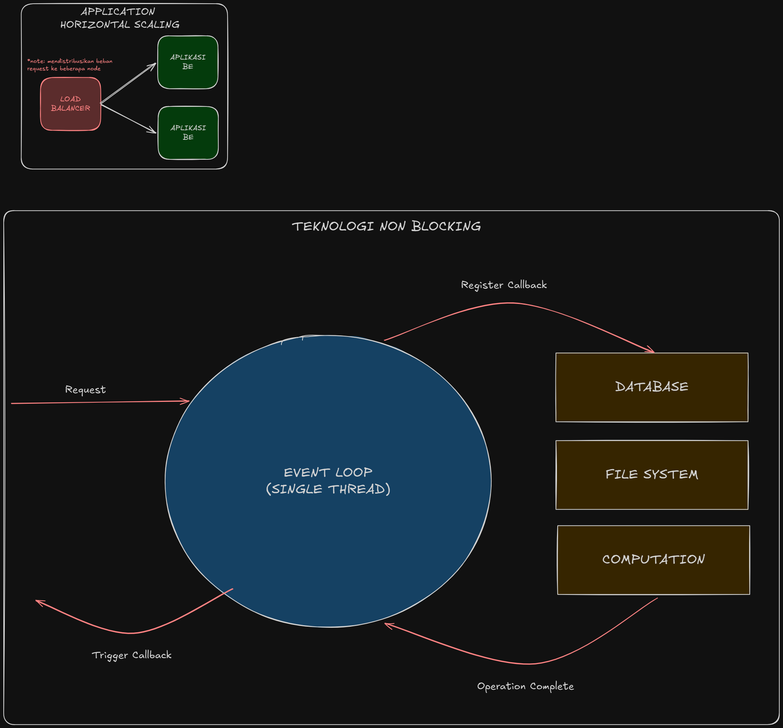
RIOKOWI/software-architecture keeps this Excalidraw diagram as software-architecture/application-scaling.excalidraw.png. Above is the earlier version. Source tidied: one line per element, renumbered; positions are measured from the earlier drawing's top-left corner, leaving out a move shared by most shapes.
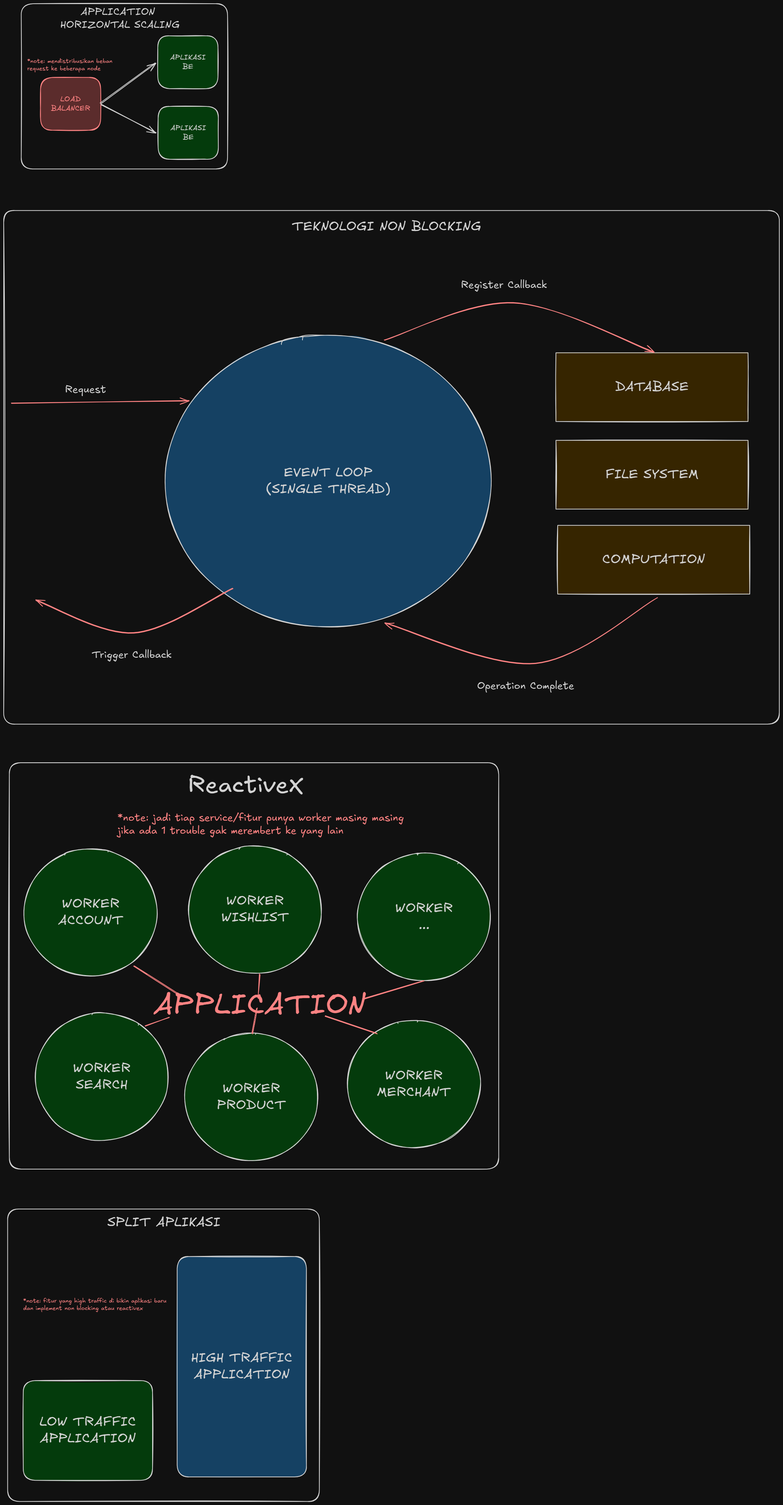
The same diagram one commit later.

Commit message:
docs(app scale): how to scale app use reactivex, split app, db scale, use another tool, optimize code, aggresive caching, etc.

The edit, as a diff of the source:
```diff
@@ -27,3 +27,32 @@
 {"id": 26, "type": "text", "text": "Trigger Callback", "strokeColor": "#1e1e1e", "backgroundColor": "#ffec99", "fillStyle": "solid", "strokeWidth": 2, "roughness": 1, "fontSize": 28, "fontFamily": 5, "textAlign": "center", "x": 238, "y": 1746, "width": 217, "height": 35}
 {"id": 27, "type": "rectangle", "strokeColor": "#1e1e1e", "strokeWidth": 2, "roughness": 1, "round": true, "x": 0, "y": 560, "width": 2100, "height": 1390}
 {"id": 28, "type": "text", "text": "TEKNOLOGI NON BLOCKING", "strokeColor": "#1e1e1e", "strokeWidth": 2, "roughness": 1, "fontSize": 36, "fontFamily": 5, "textAlign": "center", "x": 780, "y": 581, "width": 513, "height": 45}
+{"id": 29, "type": "ellipse", "strokeColor": "#1e1e1e", "backgroundColor": "#b2f2bb", "fillStyle": "solid", "strokeWidth": 2, "roughness": 1, "round": true, "x": 55, "y": 2287, "width": 360, "height": 345}
+{"id": 30, "type": "text", "text": "WORKER\nACCOUNT", "strokeColor": "#1e1e1e", "backgroundColor": "#b2f2bb", "fillStyle": "solid", "strokeWidth": 2, "roughness": 1, "fontSize": 36, "fontFamily": 5, "textAlign": "center", "verticalAlign": "middle", "inside": 29, "x": 147, "y": 2414, "width": 176, "height": 90}
+{"id": 31, "type": "ellipse", "strokeColor": "#1e1e1e", "backgroundColor": "#b2f2bb", "fillStyle": "solid", "strokeWidth": 2, "roughness": 1, "round": true, "x": 958, "y": 2299, "width": 360, "height": 345}
+{"id": 32, "type": "text", "text": "WORKER\n...", "strokeColor": "#1e1e1e", "backgroundColor": "#b2f2bb", "fillStyle": "solid", "strokeWidth": 2, "roughness": 1, "fontSize": 36, "fontFamily": 5, "textAlign": "center", "verticalAlign": "middle", "inside": 31, "x": 1060, "y": 2427, "width": 156, "height": 90}
+{"id": 33, "type": "ellipse", "strokeColor": "#1e1e1e", "backgroundColor": "#b2f2bb", "fillStyle": "solid", "strokeWidth": 2, "roughness": 1, "round": true, "x": 500, "y": 2279, "width": 360, "height": 345}
+{"id": 34, "type": "text", "text": "WORKER\nWISHLIST", "strokeColor": "#1e1e1e", "backgroundColor": "#b2f2bb", "fillStyle": "solid", "strokeWidth": 2, "roughness": 1, "fontSize": 36, "fontFamily": 5, "textAlign": "center", "verticalAlign": "middle", "inside": 33, "x": 589, "y": 2407, "width": 183, "height": 90}
+{"id": 35, "type": "ellipse", "strokeColor": "#1e1e1e", "backgroundColor": "#b2f2bb", "fillStyle": "solid", "strokeWidth": 2, "roughness": 1, "round": true, "x": 85, "y": 2732, "width": 360, "height": 345}
+{"id": 36, "type": "text", "text": "WORKER\nSEARCH", "strokeColor": "#1e1e1e", "backgroundColor": "#b2f2bb", "fillStyle": "solid", "strokeWidth": 2, "roughness": 1, "fontSize": 36, "fontFamily": 5, "textAlign": "center", "verticalAlign": "middle", "inside": 35, "x": 187, "y": 2859, "width": 156, "height": 90}
+{"id": 37, "type": "ellipse", "strokeColor": "#1e1e1e", "backgroundColor": "#b2f2bb", "fillStyle": "solid", "strokeWidth": 2, "roughness": 1, "round": true, "x": 490, "y": 2787, "width": 360, "height": 345}
+{"id": 38, "type": "text", "text": "WORKER\nPRODUCT", "strokeColor": "#1e1e1e", "backgroundColor": "#b2f2bb", "fillStyle": "solid", "strokeWidth": 2, "roughness": 1, "fontSize": 36, "fontFamily": 5, "textAlign": "center", "verticalAlign": "middle", "inside": 37, "x": 577, "y": 2914, "width": 187, "height": 90}
+{"id": 39, "type": "ellipse", "strokeColor": "#1e1e1e", "backgroundColor": "#b2f2bb", "fillStyle": "solid", "strokeWidth": 2, "roughness": 1, "round": true, "x": 930, "y": 2752, "width": 360, "height": 345}
+{"id": 40, "type": "text", "text": "WORKER\nMERCHANT", "strokeColor": "#1e1e1e", "backgroundColor": "#b2f2bb", "fillStyle": "solid", "strokeWidth": 2, "roughness": 1, "fontSize": 36, "fontFamily": 5, "textAlign": "center", "verticalAlign": "middle", "inside": 39, "x": 1010, "y": 2879, "width": 201, "height": 90}
+{"id": 41, "type": "text", "text": "APPLICATION", "strokeColor": "#e03131", "backgroundColor": "#b2f2bb", "fillStyle": "solid", "strokeWidth": 2, "roughness": 1, "fontSize": 80.0, "fontFamily": 5, "x": 405, "y": 2662, "width": 577, "height": 100}
+{"id": 42, "type": "line", "strokeColor": "#e03131", "backgroundColor": "#b2f2bb", "fillStyle": "solid", "strokeWidth": 2, "roughness": 1, "round": true, "x": 353, "y": 2604, "width": 125, "height": 80, "points": [[0, 0], [125, 80]]}
+{"id": 43, "type": "line", "strokeColor": "#e03131", "backgroundColor": "#b2f2bb", "fillStyle": "solid", "strokeWidth": 2, "roughness": 1, "round": true, "x": 693, "y": 2627, "width": 5, "height": 65, "points": [[0, 0], [-5, 65]]}
+{"id": 44, "type": "line", "strokeColor": "#e03131", "backgroundColor": "#b2f2bb", "fillStyle": "solid", "strokeWidth": 2, "roughness": 1, "round": true, "x": 1138, "y": 2644, "width": 165, "height": 50, "points": [[0, 0], [-165, 50]]}
+{"id": 45, "type": "line", "strokeColor": "#e03131", "backgroundColor": "#b2f2bb", "fillStyle": "solid", "strokeWidth": 2, "roughness": 1, "round": true, "x": 1010, "y": 2787, "width": 140, "height": 48, "points": [[0, 0], [-140, -48]]}
+{"id": 46, "type": "line", "strokeColor": "#e03131", "backgroundColor": "#b2f2bb", "fillStyle": "solid", "strokeWidth": 2, "roughness": 1, "round": true, "x": 673, "y": 2787, "width": 12, "height": 68, "points": [[0, 0], [12, -68]]}
+{"id": 47, "type": "line", "strokeColor": "#e03131", "backgroundColor": "#b2f2bb", "fillStyle": "solid", "strokeWidth": 2, "roughness": 1, "round": true, "x": 383, "y": 2767, "width": 65, "height": 22, "points": [[0, 0], [65, -22]]}
+{"id": 48, "type": "rectangle", "strokeColor": "#1e1e1e", "strokeWidth": 2, "roughness": 1, "round": true, "x": 15, "y": 2054, "width": 1325, "height": 1100}
+{"id": 49, "type": "text", "text": "ReactiveX", "strokeColor": "#1e1e1e", "strokeWidth": 2, "roughness": 1, "fontSize": 64.8, "fontFamily": 5, "x": 498, "y": 2076, "width": 314, "height": 81}
+{"id": 50, "type": "text", "text": "*note: jadi tiap service/fitur punya worker masing masing \njika ada 1 trouble gak merembert ke yang lain", "strokeColor": "#e03131", "strokeWidth": 2, "roughness": 1, "fontSize": 27.99, "fontFamily": 5, "x": 308, "y": 2186, "width": 787, "height": 70}
+{"id": 51, "type": "rectangle", "strokeColor": "#1e1e1e", "backgroundColor": "#b2f2bb", "fillStyle": "solid", "strokeWidth": 2, "roughness": 1, "round": true, "x": 53, "y": 3726, "width": 350, "height": 270}
+{"id": 52, "type": "text", "text": "LOW TRAFFIC\nAPPLICATION", "strokeColor": "#1e1e1e", "backgroundColor": "#b2f2bb", "fillStyle": "solid", "strokeWidth": 2, "roughness": 1, "fontSize": 36, "fontFamily": 5, "textAlign": "center", "verticalAlign": "middle", "inside": 51, "x": 97, "y": 3816, "width": 261, "height": 90}
+{"id": 53, "type": "rectangle", "strokeColor": "#1e1e1e", "backgroundColor": "#a5d8ff", "fillStyle": "solid", "strokeWidth": 2, "roughness": 1, "round": true, "x": 470, "y": 3390, "width": 350, "height": 597}
+{"id": 54, "type": "text", "text": "HIGH TRAFFIC\nAPPLICATION", "strokeColor": "#1e1e1e", "backgroundColor": "#b2f2bb", "fillStyle": "solid", "strokeWidth": 2, "roughness": 1, "fontSize": 36, "fontFamily": 5, "textAlign": "center", "verticalAlign": "middle", "inside": 53, "x": 507, "y": 3644, "width": 275, "height": 90}
+{"id": 55, "type": "rectangle", "strokeColor": "#1e1e1e", "strokeWidth": 2, "roughness": 1, "round": true, "x": 11, "y": 3262, "width": 844, "height": 791}
+{"id": 56, "type": "text", "text": "SPLIT APLIKASI", "strokeColor": "#1e1e1e", "strokeWidth": 2, "roughness": 1, "fontSize": 36, "fontFamily": 5, "x": 281, "y": 3276, "width": 306, "height": 45}
+{"id": 57, "type": "text", "text": "*note: fitur yang high traffic di bikin aplikasi baru \ndan implement non blocking atau reactivex", "strokeColor": "#e03131", "strokeWidth": 2, "roughness": 1, "fontSize": 16, "fontFamily": 5, "x": 53, "y": 3501, "width": 394, "height": 40}
```
